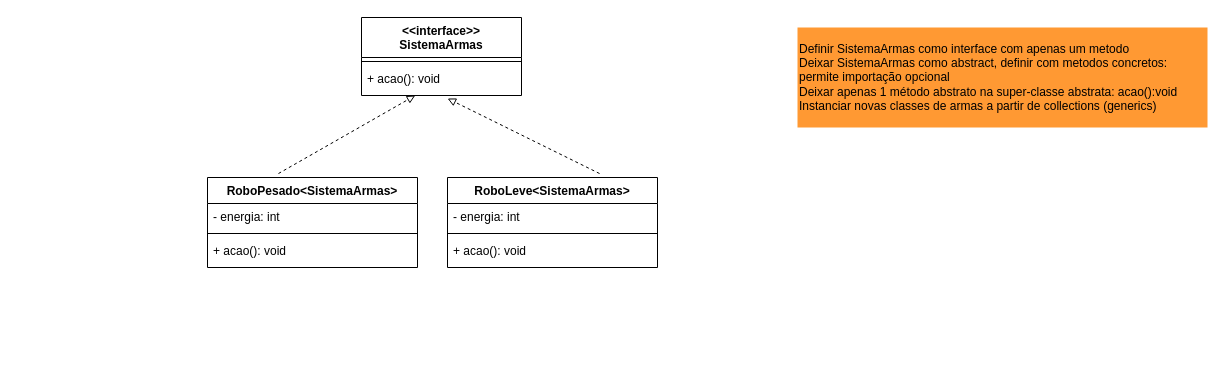
This is src/Aula13/mesa_interface.drawio from FlipeFrontDev/dh-poo, a draw.io file, before an edit. Source tidied: cells renumbered, new cells numbered last; positions are measured from the earlier drawing's top-left corner, leaving out a move shared by most shapes. Both pictures are drawn from the tidied source at 100%, with x=0, y=0 at pixel (207, 17).
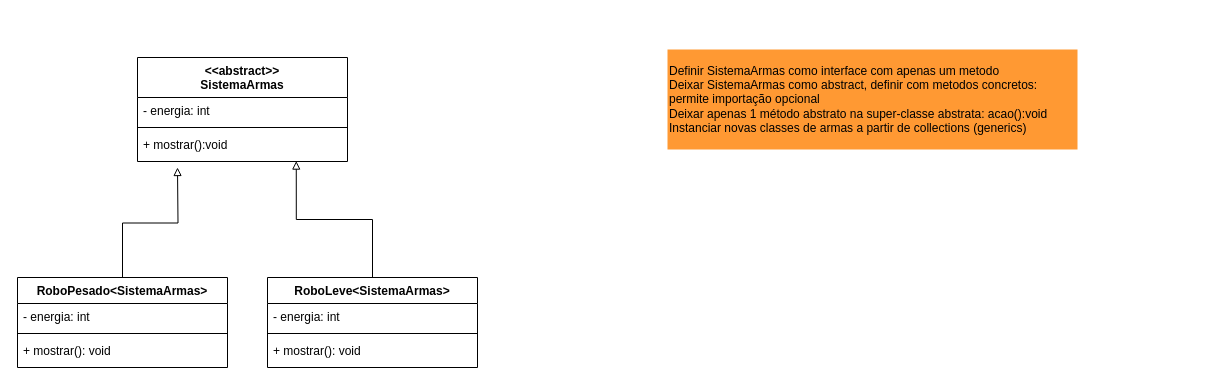
After the change.

The edit, as a diff of the source:
```diff
@@
 <mxGraphModel>
   <root>
     <mxCell id="0" />
     <mxCell id="1" parent="0" />
+    <mxCell id="16" style="edgeStyle=orthogonalEdgeStyle;rounded=0;jettySize=auto;html=1;endArrow=block;endFill=0;" parent="1" edge="1" source="2">
+      <mxGeometry relative="1" as="geometry">
+        <mxPoint x="-30" y="150" as="targetPoint" />
+      </mxGeometry>
+    </mxCell>
     <mxCell id="2" value="RoboPesado&lt;SistemaArmas&gt;" style="swimlane;fontStyle=1;align=center;verticalAlign=top;horizontal=1;startSize=26;" parent="1" vertex="1">
-      <mxGeometry y="160" width="210" height="90" as="geometry" />
+      <mxGeometry x="-190" y="260" width="210" height="90" as="geometry" />
     </mxCell>
     <mxCell id="3" value="- energia: int" style="text;strokeColor=none;fillColor=none;align=left;verticalAlign=top;spacingLeft=4;spacingRight=4;overflow=hidden;" parent="2" vertex="1">
       <mxGeometry y="26" width="210" height="26" as="geometry" />
     </mxCell>
     <mxCell id="4" style="line;strokeWidth=1;fillColor=none;align=left;verticalAlign=middle;spacingTop=-1;spacingLeft=3;spacingRight=3;labelPosition=right;" parent="2" vertex="1">
       <mxGeometry y="52" width="210" height="8" as="geometry" />
     </mxCell>
-    <mxCell id="5" value="+ acao(): void" style="text;strokeColor=none;fillColor=none;align=left;verticalAlign=top;spacingLeft=4;spacingRight=4;overflow=hidden;" parent="2" vertex="1">
+    <mxCell id="5" value="+ mostrar(): void" style="text;strokeColor=none;fillColor=none;align=left;verticalAlign=top;spacingLeft=4;spacingRight=4;overflow=hidden;" parent="2" vertex="1">
       <mxGeometry y="60" width="210" height="30" as="geometry" />
     </mxCell>
+    <mxCell id="17" style="edgeStyle=orthogonalEdgeStyle;rounded=0;jettySize=auto;html=1;entryX=0.756;entryY=0.986;entryDx=0;entryDy=0;entryPerimeter=0;endArrow=block;endFill=0;" parent="1" edge="1" source="6" target="20">
+      <mxGeometry relative="1" as="geometry" />
+    </mxCell>
     <mxCell id="6" value="RoboLeve&lt;SistemaArmas&gt;" style="swimlane;fontStyle=1;align=center;verticalAlign=top;horizontal=1;startSize=26;" parent="1" vertex="1">
-      <mxGeometry x="240" y="160" width="210" height="90" as="geometry" />
+      <mxGeometry x="60" y="260" width="210" height="90" as="geometry" />
     </mxCell>
     <mxCell id="7" value="- energia: int" style="text;strokeColor=none;fillColor=none;align=left;verticalAlign=top;spacingLeft=4;spacingRight=4;overflow=hidden;" parent="6" vertex="1">
       <mxGeometry y="26" width="210" height="26" as="geometry" />
     </mxCell>
     <mxCell id="8" style="line;strokeWidth=1;fillColor=none;align=left;verticalAlign=middle;spacingTop=-1;spacingLeft=3;spacingRight=3;labelPosition=right;" parent="6" vertex="1">
       <mxGeometry y="52" width="210" height="8" as="geometry" />
     </mxCell>
-    <mxCell id="9" value="+ acao(): void" style="text;strokeColor=none;fillColor=none;align=left;verticalAlign=top;spacingLeft=4;spacingRight=4;overflow=hidden;" parent="6" vertex="1">
+    <mxCell id="9" value="+ mostrar(): void" style="text;strokeColor=none;fillColor=none;align=left;verticalAlign=top;spacingLeft=4;spacingRight=4;overflow=hidden;" parent="6" vertex="1">
       <mxGeometry y="60" width="210" height="30" as="geometry" />
     </mxCell>
     <mxCell id="10" value="&lt;div&gt;Definir SistemaArmas como interface com apenas um metodo&lt;br&gt;&lt;/div&gt;Deixar SistemaArmas como abstract, d&lt;span&gt;efinir com metodos concretos: permite importação opcional&lt;/span&gt;&lt;br&gt;&lt;div&gt;Deixar apenas 1 método abstrato na super-classe abstrata: acao():void&lt;/div&gt;&lt;div&gt;Instanciar novas classes de armas a partir de collections (generics)&lt;/div&gt;" style="text;html=1;strokeColor=none;fillColor=#FF9933;align=left;verticalAlign=middle;whiteSpace=wrap;rounded=0;" parent="1" vertex="1">
-      <mxGeometry x="590" y="10" width="410" height="100" as="geometry" />
+      <mxGeometry x="460" y="32" width="410" height="100" as="geometry" />
     </mxCell>
-    <mxCell id="11" value="&lt;&lt;interface&gt;&gt;&#10;SistemaArmas" style="swimlane;fontStyle=1;align=center;verticalAlign=top;horizontal=1;startSize=40;" parent="1" vertex="1">
-      <mxGeometry x="154" width="160" height="78" as="geometry" />
+    <mxCell id="11" value="&lt;&lt;abstract&gt;&gt;&#10;SistemaArmas" style="swimlane;fontStyle=1;align=center;verticalAlign=top;horizontal=1;startSize=40;" parent="1" vertex="1">
+      <mxGeometry x="-70" y="40" width="210" height="104" as="geometry" />
     </mxCell>
-    <mxCell id="12" style="line;strokeWidth=1;fillColor=none;align=left;verticalAlign=middle;spacingTop=-1;spacingLeft=3;spacingRight=3;labelPosition=right;" parent="11" vertex="1">
-      <mxGeometry y="40" width="160" height="8" as="geometry" />
-    </mxCell>
-    <mxCell id="13" value="+ acao(): void" style="text;strokeColor=none;fillColor=none;align=left;verticalAlign=top;spacingLeft=4;spacingRight=4;overflow=hidden;points=[[0,0.5],[1,0.5]];portConstraint=eastwest;" parent="11" vertex="1">
-      <mxGeometry y="48" width="160" height="30" as="geometry" />
-    </mxCell>
-    <mxCell id="14" style="endArrow=block;dashed=1;html=1;endFill=0;exitX=0.724;exitY=-0.044;exitDx=0;exitDy=0;exitPerimeter=0;entryX=0.538;entryY=1.1;entryDx=0;entryDy=0;entryPerimeter=0;" parent="1" edge="1" source="6" target="13">
-      <mxGeometry relative="1" as="geometry" />
-    </mxCell>
-    <mxCell id="15" style="endArrow=block;dashed=1;html=1;endFill=0;exitX=0.338;exitY=-0.044;exitDx=0;exitDy=0;exitPerimeter=0;" parent="1" edge="1" source="2" target="13">
-      <mxGeometry relative="1" as="geometry" />
-    </mxCell>
+    <mxCell id="18" value="- energia: int" style="text;strokeColor=none;fillColor=none;align=left;verticalAlign=top;spacingLeft=4;spacingRight=4;overflow=hidden;" parent="11" vertex="1">
+      <mxGeometry y="40" width="210" height="26" as="geometry" />
+    </mxCell>
+    <mxCell id="19" style="line;strokeWidth=1;fillColor=none;align=left;verticalAlign=middle;spacingTop=-1;spacingLeft=3;spacingRight=3;labelPosition=right;" parent="11" vertex="1">
+      <mxGeometry y="66" width="210" height="8" as="geometry" />
+    </mxCell>
+    <mxCell id="20" value="+ mostrar():void" style="text;strokeColor=none;fillColor=none;align=left;verticalAlign=top;spacingLeft=4;spacingRight=4;overflow=hidden;points=[[0,0.5],[1,0.5]];portConstraint=eastwest;" parent="11" vertex="1">
+      <mxGeometry y="74" width="210" height="30" as="geometry" />
+    </mxCell>
   </root>
 </mxGraphModel>
```
